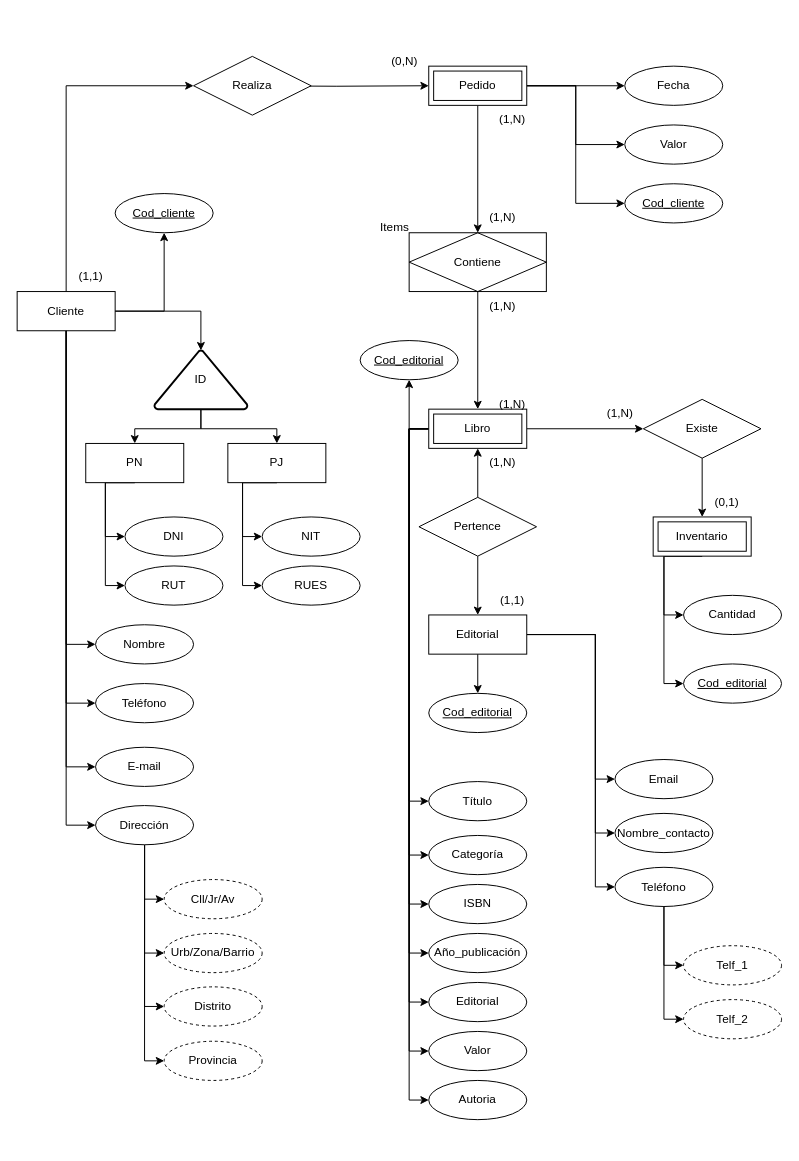
Haco31/Diagrama_ keeps this draw.io diagram as Diagrama.drawio. Above is the earlier version. Source tidied: cells renumbered, new cells numbered last; positions are measured from the earlier drawing's top-left corner, leaving out a move shared by most shapes. Both pictures are drawn from the tidied source at 98%, with x=0, y=0 at pixel (17, 46).
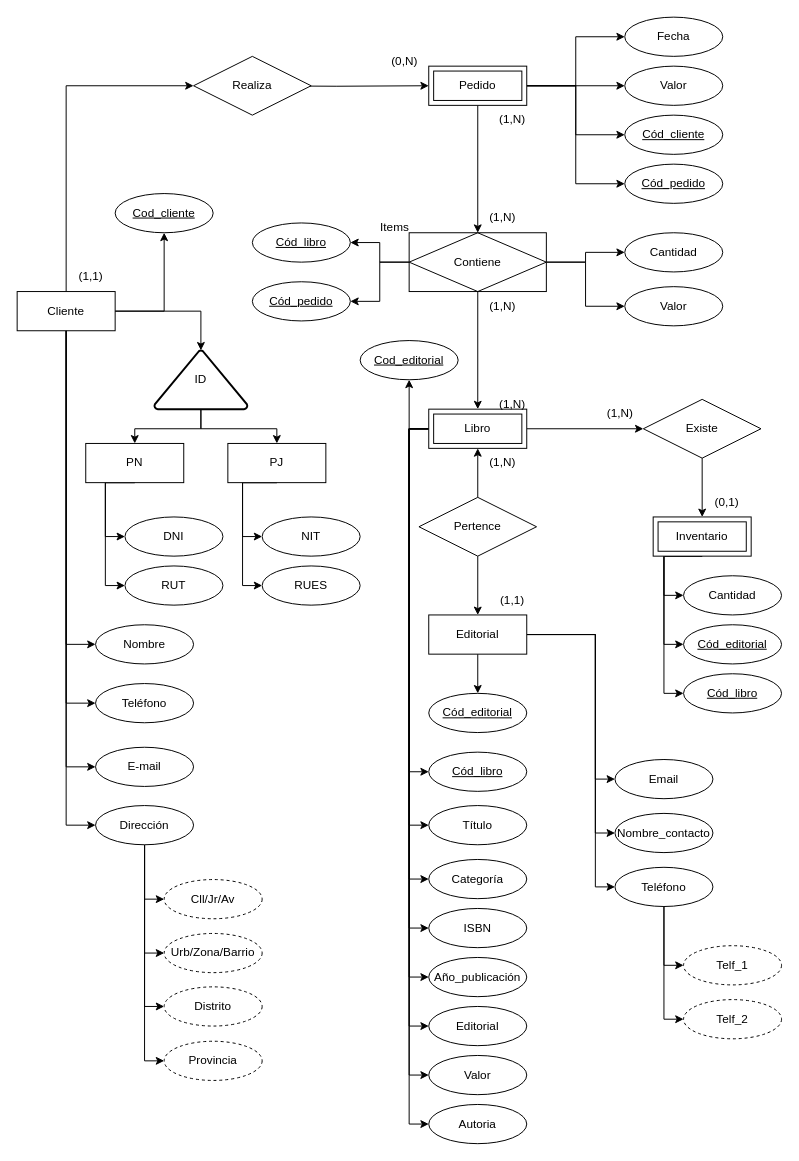
The same diagram, later.

Unchanged cells that the change refers to:
```xml
<mxCell id="11" value="Libro" style="shape=ext;margin=3;double=1;whiteSpace=wrap;html=1;align=center;" parent="1" vertex="1">
  <mxGeometry x="420" y="370" width="100" height="40" as="geometry" />
</mxCell>
<mxCell id="16" value="Pedido" style="shape=ext;margin=3;double=1;whiteSpace=wrap;html=1;align=center;" parent="1" vertex="1">
  <mxGeometry x="420" y="20" width="100" height="40" as="geometry" />
</mxCell>
<mxCell id="19" value="Inventario" style="shape=ext;margin=3;double=1;whiteSpace=wrap;html=1;align=center;" parent="1" vertex="1">
  <mxGeometry x="649" y="480" width="100" height="40" as="geometry" />
</mxCell>
<mxCell id="47" value="Contiene" style="shape=associativeEntity;whiteSpace=wrap;html=1;align=center;" parent="1" vertex="1">
  <mxGeometry x="400" y="190" width="140" height="60" as="geometry" />
</mxCell>
```

Change to the diagram source:
```diff
@@
+    <mxCell id="100" style="edgeStyle=orthogonalEdgeStyle;rounded=0;jettySize=auto;html=1;exitX=0;exitY=0.5;exitDx=0;exitDy=0;entryX=0;entryY=0.5;entryDx=0;entryDy=0;" parent="1" edge="1" source="11" target="110">
+      <mxGeometry relative="1" as="geometry" />
+    </mxCell>
@@
+    <mxCell id="101" style="edgeStyle=orthogonalEdgeStyle;rounded=0;jettySize=auto;html=1;exitX=1;exitY=0.5;exitDx=0;exitDy=0;entryX=0;entryY=0.5;entryDx=0;entryDy=0;" parent="1" edge="1" source="16" target="107">
+      <mxGeometry relative="1" as="geometry" />
+    </mxCell>
@@
     <mxCell id="17" style="edgeStyle=orthogonalEdgeStyle;rounded=0;jettySize=auto;html=1;exitX=0.5;exitY=1;exitDx=0;exitDy=0;entryX=0;entryY=0.5;entryDx=0;entryDy=0;" parent="1" edge="1" source="19" target="87">
       <mxGeometry relative="1" as="geometry">
         <Array as="points">
           <mxPoint x="660" y="520" />
-          <mxPoint x="660" y="580" />
+          <mxPoint x="660" y="560" />
         </Array>
       </mxGeometry>
     </mxCell>
     <mxCell id="18" style="edgeStyle=orthogonalEdgeStyle;rounded=0;jettySize=auto;html=1;exitX=0.5;exitY=1;exitDx=0;exitDy=0;entryX=0;entryY=0.5;entryDx=0;entryDy=0;" parent="1" edge="1" source="19" target="99">
       <mxGeometry relative="1" as="geometry">
         <Array as="points">
           <mxPoint x="660" y="520" />
-          <mxPoint x="660" y="650" />
+          <mxPoint x="660" y="610" />
         </Array>
       </mxGeometry>
     </mxCell>
+    <mxCell id="102" style="edgeStyle=orthogonalEdgeStyle;rounded=0;jettySize=auto;html=1;exitX=0.5;exitY=1;exitDx=0;exitDy=0;entryX=0;entryY=0.5;entryDx=0;entryDy=0;" parent="1" edge="1" source="19" target="111">
+      <mxGeometry relative="1" as="geometry">
+        <Array as="points">
+          <mxPoint x="660" y="520" />
+          <mxPoint x="660" y="660" />
+        </Array>
+      </mxGeometry>
+    </mxCell>
@@
+    <mxCell id="103" style="edgeStyle=orthogonalEdgeStyle;rounded=0;jettySize=auto;html=1;exitX=1;exitY=0.5;exitDx=0;exitDy=0;entryX=0;entryY=0.5;entryDx=0;entryDy=0;" parent="1" edge="1" source="47" target="108">
+      <mxGeometry relative="1" as="geometry" />
+    </mxCell>
+    <mxCell id="104" style="edgeStyle=orthogonalEdgeStyle;rounded=0;jettySize=auto;html=1;exitX=1;exitY=0.5;exitDx=0;exitDy=0;entryX=0;entryY=0.5;entryDx=0;entryDy=0;" parent="1" edge="1" source="47" target="109">
+      <mxGeometry relative="1" as="geometry" />
+    </mxCell>
+    <mxCell id="105" style="edgeStyle=orthogonalEdgeStyle;rounded=0;jettySize=auto;html=1;exitX=0;exitY=0.5;exitDx=0;exitDy=0;entryX=1;entryY=0.5;entryDx=0;entryDy=0;" parent="1" edge="1" source="47" target="112">
+      <mxGeometry relative="1" as="geometry" />
+    </mxCell>
+    <mxCell id="106" style="edgeStyle=orthogonalEdgeStyle;rounded=0;jettySize=auto;html=1;exitX=0;exitY=0.5;exitDx=0;exitDy=0;entryX=1;entryY=0.5;entryDx=0;entryDy=0;" parent="1" edge="1" source="47" target="113">
+      <mxGeometry relative="1" as="geometry" />
+    </mxCell>
@@
     <mxCell id="78" value="Fecha" style="ellipse;whiteSpace=wrap;html=1;align=center;" parent="1" vertex="1">
-      <mxGeometry x="620" y="20" width="100" height="40" as="geometry" />
+      <mxGeometry x="620" y="-30" width="100" height="40" as="geometry" />
     </mxCell>
     <mxCell id="79" value="Valor" style="ellipse;whiteSpace=wrap;html=1;align=center;" parent="1" vertex="1">
-      <mxGeometry x="620" y="80" width="100" height="40" as="geometry" />
+      <mxGeometry x="620" y="20" width="100" height="40" as="geometry" />
     </mxCell>
     <mxCell id="80" value="Título" style="ellipse;whiteSpace=wrap;html=1;align=center;" parent="1" vertex="1">
-      <mxGeometry x="420" y="750" width="100" height="40" as="geometry" />
+      <mxGeometry x="420" y="774.5" width="100" height="40" as="geometry" />
     </mxCell>
     <mxCell id="81" value="Categoría" style="ellipse;whiteSpace=wrap;html=1;align=center;" parent="1" vertex="1">
-      <mxGeometry x="420" y="805" width="100" height="40" as="geometry" />
+      <mxGeometry x="420" y="829.5" width="100" height="40" as="geometry" />
     </mxCell>
     <mxCell id="82" value="ISBN" style="ellipse;whiteSpace=wrap;html=1;align=center;" parent="1" vertex="1">
-      <mxGeometry x="420" y="855" width="100" height="40" as="geometry" />
+      <mxGeometry x="420" y="879.5" width="100" height="40" as="geometry" />
     </mxCell>
     <mxCell id="83" value="Año_publicación" style="ellipse;whiteSpace=wrap;html=1;align=center;" parent="1" vertex="1">
-      <mxGeometry x="420" y="905" width="100" height="40" as="geometry" />
+      <mxGeometry x="420" y="929.5" width="100" height="40" as="geometry" />
     </mxCell>
     <mxCell id="84" value="Editorial" style="ellipse;whiteSpace=wrap;html=1;align=center;" parent="1" vertex="1">
-      <mxGeometry x="420" y="955" width="100" height="40" as="geometry" />
+      <mxGeometry x="420" y="979.5" width="100" height="40" as="geometry" />
     </mxCell>
     <mxCell id="85" value="Valor" style="ellipse;whiteSpace=wrap;html=1;align=center;" parent="1" vertex="1">
-      <mxGeometry x="420" y="1005" width="100" height="40" as="geometry" />
+      <mxGeometry x="420" y="1029.5" width="100" height="40" as="geometry" />
     </mxCell>
     <mxCell id="86" value="Autoria" style="ellipse;whiteSpace=wrap;html=1;align=center;" parent="1" vertex="1">
-      <mxGeometry x="420" y="1055" width="100" height="40" as="geometry" />
+      <mxGeometry x="420" y="1079.5" width="100" height="40" as="geometry" />
     </mxCell>
     <mxCell id="87" value="Cantidad" style="ellipse;whiteSpace=wrap;html=1;align=center;" parent="1" vertex="1">
-      <mxGeometry x="680" y="560" width="100" height="40" as="geometry" />
+      <mxGeometry x="680" y="540" width="100" height="40" as="geometry" />
     </mxCell>
@@
-    <mxCell id="96" value="Cod_editorial" style="ellipse;whiteSpace=wrap;html=1;align=center;fontStyle=4;" parent="1" vertex="1">
+    <mxCell id="96" value="Cód_editorial" style="ellipse;whiteSpace=wrap;html=1;align=center;fontStyle=4;" parent="1" vertex="1">
       <mxGeometry x="420" y="660" width="100" height="40" as="geometry" />
     </mxCell>
-    <mxCell id="97" value="Cod_cliente" style="ellipse;whiteSpace=wrap;html=1;align=center;fontStyle=4;" parent="1" vertex="1">
-      <mxGeometry x="620" y="140" width="100" height="40" as="geometry" />
+    <mxCell id="97" value="Cód_cliente" style="ellipse;whiteSpace=wrap;html=1;align=center;fontStyle=4;" parent="1" vertex="1">
+      <mxGeometry x="620" y="70" width="100" height="40" as="geometry" />
     </mxCell>
@@
-    <mxCell id="99" value="Cod_editorial" style="ellipse;whiteSpace=wrap;html=1;align=center;fontStyle=4;" parent="1" vertex="1">
-      <mxGeometry x="680" y="630" width="100" height="40" as="geometry" />
+    <mxCell id="99" value="Cód_editorial" style="ellipse;whiteSpace=wrap;html=1;align=center;fontStyle=4;" parent="1" vertex="1">
+      <mxGeometry x="680" y="590" width="100" height="40" as="geometry" />
     </mxCell>
+    <mxCell id="107" value="Cód_pedido" style="ellipse;whiteSpace=wrap;html=1;align=center;fontStyle=4;" parent="1" vertex="1">
+      <mxGeometry x="620" y="120" width="100" height="40" as="geometry" />
+    </mxCell>
+    <mxCell id="108" value="Cantidad" style="ellipse;whiteSpace=wrap;html=1;align=center;" parent="1" vertex="1">
+      <mxGeometry x="620" y="190" width="100" height="40" as="geometry" />
+    </mxCell>
+    <mxCell id="109" value="Valor" style="ellipse;whiteSpace=wrap;html=1;align=center;" parent="1" vertex="1">
+      <mxGeometry x="620" y="245" width="100" height="40" as="geometry" />
+    </mxCell>
+    <mxCell id="110" value="Cód_libro" style="ellipse;whiteSpace=wrap;html=1;align=center;fontStyle=4;" parent="1" vertex="1">
+      <mxGeometry x="420" y="720" width="100" height="40" as="geometry" />
+    </mxCell>
+    <mxCell id="111" value="Cód_libro" style="ellipse;whiteSpace=wrap;html=1;align=center;fontStyle=4;" parent="1" vertex="1">
+      <mxGeometry x="680" y="640" width="100" height="40" as="geometry" />
+    </mxCell>
+    <mxCell id="112" value="Cód_libro" style="ellipse;whiteSpace=wrap;html=1;align=center;fontStyle=4;" parent="1" vertex="1">
+      <mxGeometry x="240" y="180" width="100" height="40" as="geometry" />
+    </mxCell>
+    <mxCell id="113" value="Cód_pedido" style="ellipse;whiteSpace=wrap;html=1;align=center;fontStyle=4;" parent="1" vertex="1">
+      <mxGeometry x="240" y="240" width="100" height="40" as="geometry" />
+    </mxCell>
```
